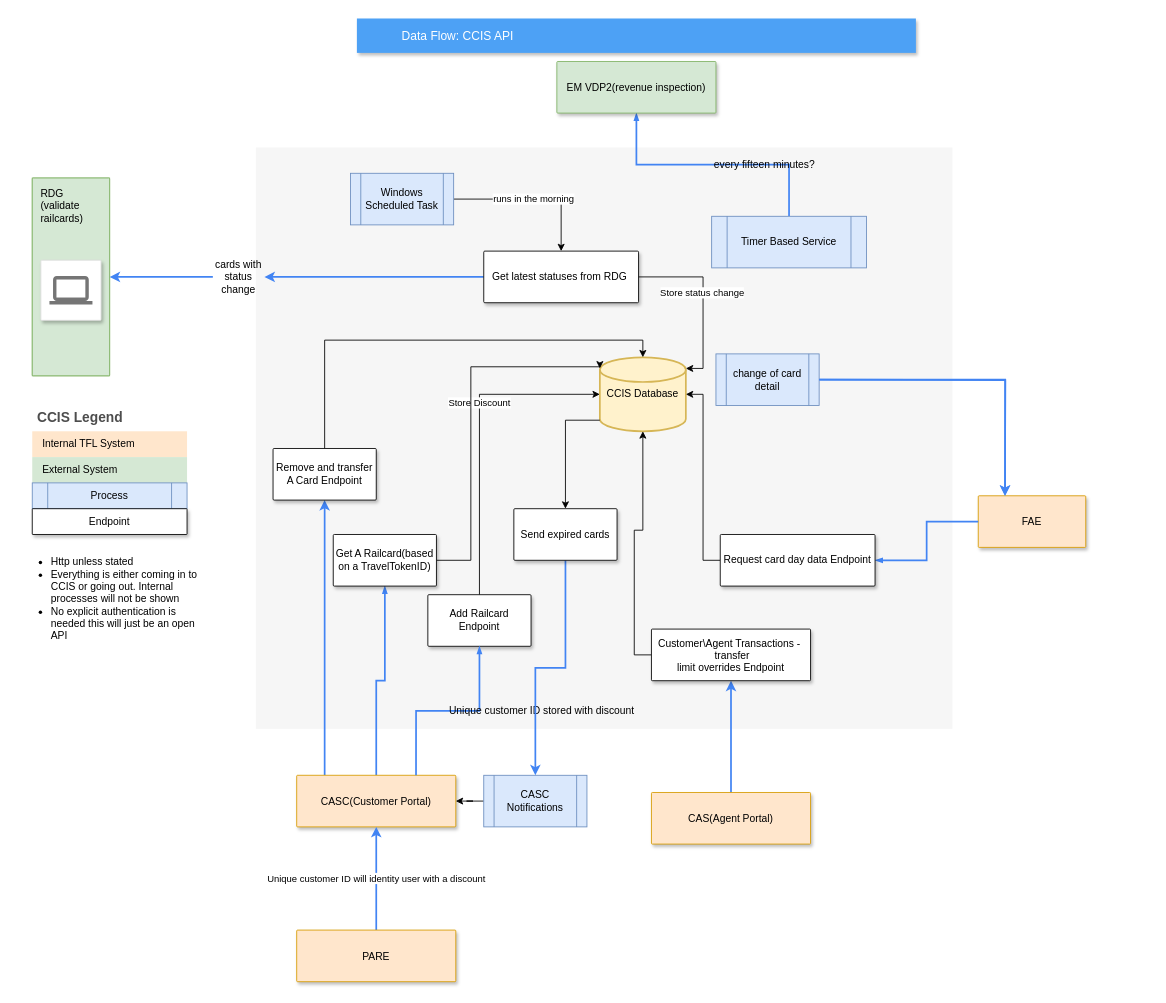
The draw.io diagram CCIS-API.drawio in mattwatts36/drawings, before the edit. Source tidied: cells renumbered, new cells numbered last; positions are measured from the earlier drawing's top-left corner, leaving out a move shared by most shapes. Both pictures are drawn from the tidied source at 86%, with x=0, y=0 at pixel (15, 18).
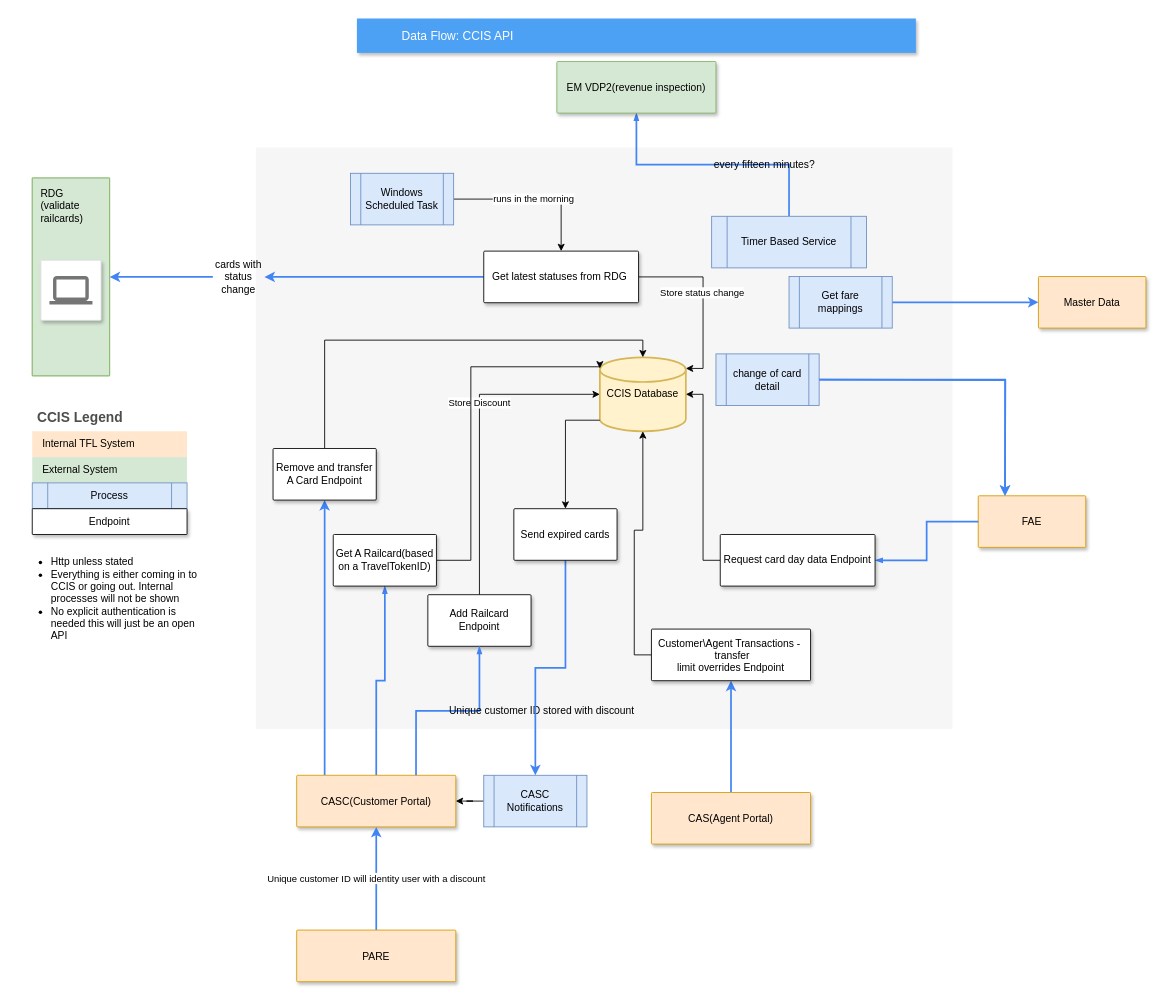
After the change.

Diff of the diagram source:
```diff
@@
+    <mxCell id="57" value="Master Data" style="strokeColor=#d79b00;shadow=1;strokeWidth=1;rounded=1;absoluteArcSize=1;arcSize=2;fillColor=#ffe6cc;" parent="1" vertex="1">
+      <mxGeometry x="1190" y="300" width="125" height="60" as="geometry" />
+    </mxCell>
+    <mxCell id="58" style="edgeStyle=orthogonalEdgeStyle;rounded=0;jettySize=auto;html=1;entryX=0;entryY=0.5;entryDx=0;entryDy=0;strokeColor=#4284F3;strokeWidth=2;align=center;verticalAlign=middle;fontFamily=Helvetica;fontSize=11;fontColor=default;labelBackgroundColor=default;endArrow=classic;" parent="1" edge="1" source="59" target="57">
+      <mxGeometry relative="1" as="geometry" />
+    </mxCell>
+    <mxCell id="59" value="Get fare mappings" style="shape=process;whiteSpace=wrap;html=1;backgroundOutline=1;fillColor=#dae8fc;strokeColor=#6c8ebf;" parent="1" vertex="1">
+      <mxGeometry x="900" y="300" width="120" height="60" as="geometry" />
+    </mxCell>
```
